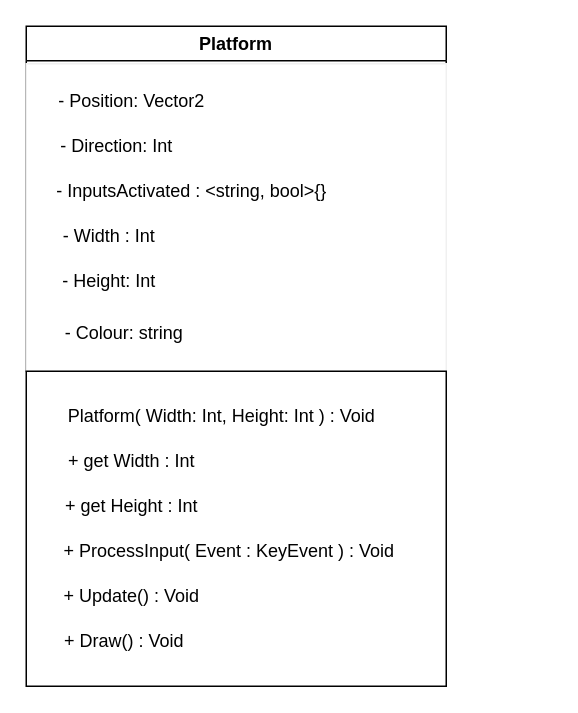
The draw.io diagram The_Game/UML/platform.drawio in IvanMordovets/IT2_uke1_project, before the edit. Source tidied: cells renumbered, new cells numbered last; positions are measured from the earlier drawing's top-left corner, leaving out a move shared by most shapes. Both pictures are drawn from the tidied source at 150%, with x=0, y=0 at pixel (26, 26).
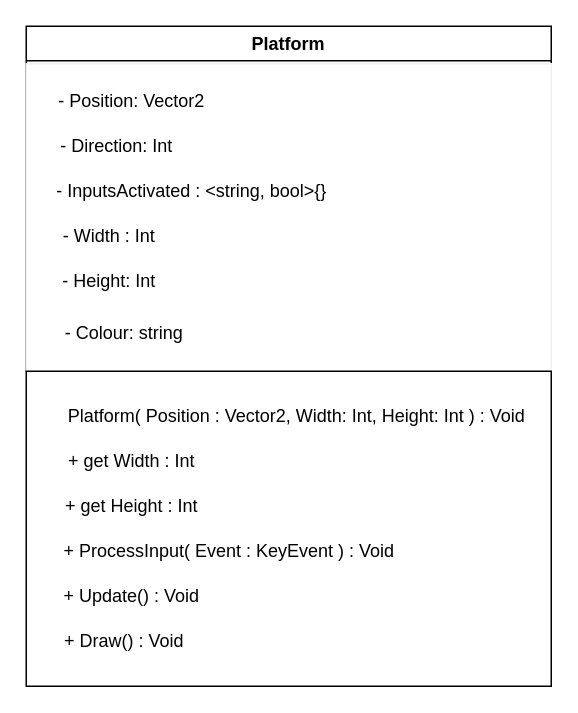
Above is the later version.

What changed in the source:
```diff
@@
 <mxGraphModel>
   <root>
     <mxCell id="0" />
     <mxCell id="1" parent="0" />
     <mxCell id="2" value="Platform" style="swimlane;fillColor=#FFFFFF;" parent="1" vertex="1">
-      <mxGeometry width="280" height="230" as="geometry" />
+      <mxGeometry width="350" height="230" as="geometry" />
     </mxCell>
     <mxCell id="3" style="whiteSpace=wrap;html=1;strokeColor=#F0F0F0;fillColor=#FFFFFF;" parent="2" vertex="1">
-      <mxGeometry y="25" width="280" height="205" as="geometry" />
+      <mxGeometry y="25" width="350" height="205" as="geometry" />
     </mxCell>
     <mxCell id="4" value="- Position: Vector2&lt;br&gt;" style="text;html=1;align=center;verticalAlign=middle;strokeColor=none;fillColor=#FFFFFF;" parent="2" vertex="1">
       <mxGeometry x="10" y="35" width="120" height="30" as="geometry" />
     </mxCell>
     <mxCell id="5" value="- Direction: Int" style="text;html=1;align=center;verticalAlign=middle;strokeColor=none;fillColor=#FFFFFF;" parent="2" vertex="1">
       <mxGeometry x="10" y="65" width="100" height="30" as="geometry" />
     </mxCell>
     <mxCell id="6" value="- InputsActivated : &amp;lt;string, bool&amp;gt;{}" style="text;html=1;align=center;verticalAlign=middle;strokeColor=none;fillColor=#FFFFFF;" parent="2" vertex="1">
       <mxGeometry x="10" y="95" width="200" height="30" as="geometry" />
     </mxCell>
     <mxCell id="7" value="- Width : Int" style="text;html=1;align=center;verticalAlign=middle;strokeColor=none;fillColor=#FFFFFF;" parent="2" vertex="1">
       <mxGeometry x="15" y="125" width="80" height="30" as="geometry" />
     </mxCell>
     <mxCell id="8" value="- Height: Int" style="text;html=1;align=center;verticalAlign=middle;strokeColor=none;fillColor=#FFFFFF;" parent="2" vertex="1">
       <mxGeometry x="10" y="155" width="90" height="30" as="geometry" />
     </mxCell>
     <mxCell id="9" value="- Colour: string" style="text;html=1;align=center;verticalAlign=middle;strokeColor=none;fillColor=#FFFFFF;" parent="2" vertex="1">
       <mxGeometry x="15" y="190" width="100" height="30" as="geometry" />
     </mxCell>
     <mxCell id="10" style="rounded=0;whiteSpace=wrap;html=1;" parent="1" vertex="1">
-      <mxGeometry y="230" width="280" height="210" as="geometry" />
+      <mxGeometry y="230" width="350" height="210" as="geometry" />
     </mxCell>
-    <mxCell id="11" value="Platform( Width: Int, Height: Int ) : Void" style="text;html=1;align=center;verticalAlign=middle;strokeColor=none;fillColor=none;" parent="1" vertex="1">
-      <mxGeometry x="15" y="245" width="230" height="30" as="geometry" />
+    <mxCell id="11" value="Platform( Position : Vector2, Width: Int, Height: Int ) : Void" style="text;html=1;align=center;verticalAlign=middle;strokeColor=none;fillColor=none;" parent="1" vertex="1">
+      <mxGeometry x="15" y="245" width="330" height="30" as="geometry" />
     </mxCell>
     <mxCell id="12" value="+ ProcessInput( Event : KeyEvent ) : Void" style="text;html=1;align=center;verticalAlign=middle;strokeColor=none;fillColor=none;" parent="1" vertex="1">
       <mxGeometry x="15" y="335" width="240" height="30" as="geometry" />
     </mxCell>
     <mxCell id="13" value="+ Update() : Void" style="text;html=1;align=center;verticalAlign=middle;strokeColor=none;fillColor=none;" parent="1" vertex="1">
       <mxGeometry x="15" y="365" width="110" height="30" as="geometry" />
     </mxCell>
     <mxCell id="14" value="+ Draw() : Void" style="text;html=1;align=center;verticalAlign=middle;strokeColor=none;fillColor=none;" parent="1" vertex="1">
       <mxGeometry x="15" y="395" width="100" height="30" as="geometry" />
     </mxCell>
     <mxCell id="15" value="+ get Width : Int" style="text;html=1;align=center;verticalAlign=middle;strokeColor=none;fillColor=none;" parent="1" vertex="1">
       <mxGeometry x="15" y="275" width="110" height="30" as="geometry" />
     </mxCell>
     <mxCell id="16" value="+ get Height : Int" style="text;html=1;align=center;verticalAlign=middle;strokeColor=none;fillColor=none;" parent="1" vertex="1">
       <mxGeometry x="15" y="305" width="110" height="30" as="geometry" />
     </mxCell>
   </root>
 </mxGraphModel>
```
